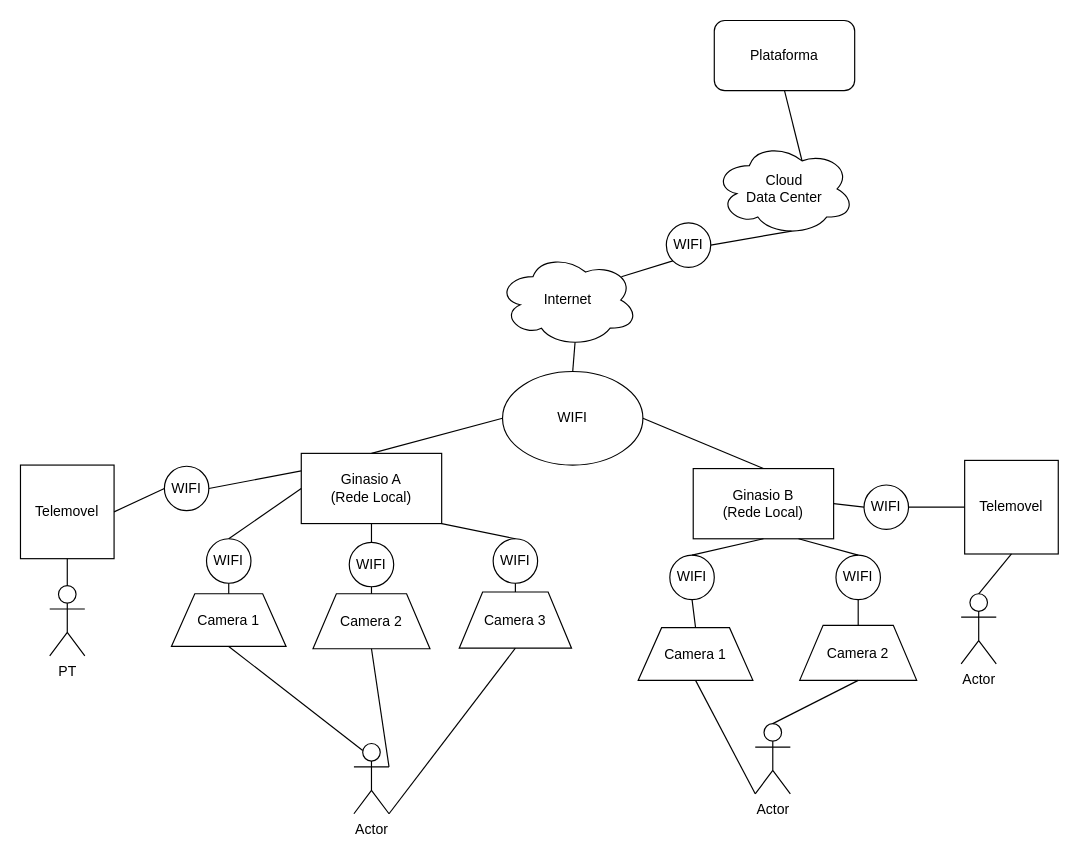
The draw.io diagram page "Diagrama de primeiro nivel" (1 of 2) of Diagrama sem nome.drawio in Martins03/ESS, before the edit. Source tidied: cells renumbered, new cells numbered last; positions are measured from the earlier drawing's top-left corner, leaving out a move shared by most shapes. Both pictures are drawn from the tidied source at 117%, with x=0, y=0 at pixel (20, 20).
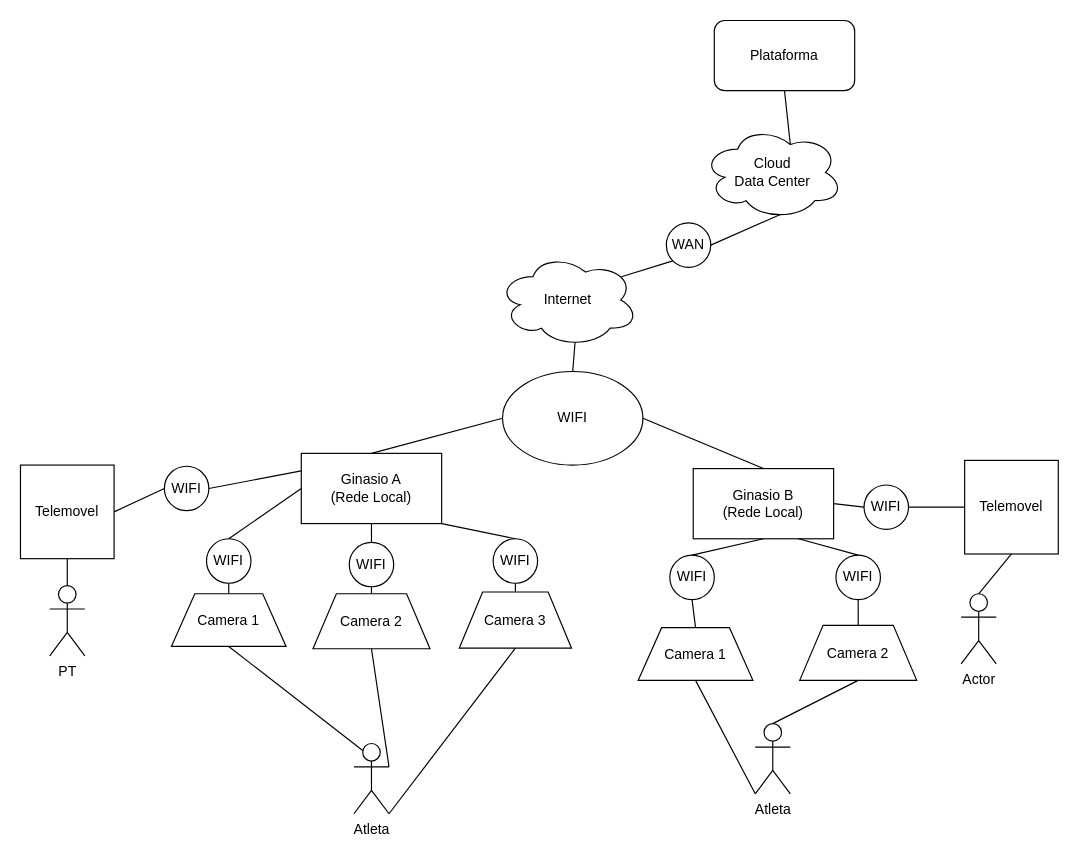
The same page after the edit.

What changed in the source:
```diff
@@
     <mxCell id="10" value="Cloud&lt;div&gt;Data Center&lt;/div&gt;" style="ellipse;shape=cloud;whiteSpace=wrap;html=1;" parent="1" vertex="1">
-      <mxGeometry x="593" y="104" width="120" height="80" as="geometry" />
+      <mxGeometry x="583" y="90" width="120" height="80" as="geometry" />
     </mxCell>
-    <mxCell id="11" value="Actor" style="shape=umlActor;verticalLabelPosition=bottom;verticalAlign=top;html=1;outlineConnect=0;" parent="1" vertex="1">
+    <mxCell id="11" value="Atleta" style="shape=umlActor;verticalLabelPosition=bottom;verticalAlign=top;html=1;outlineConnect=0;" parent="1" vertex="1">
       <mxGeometry x="285" y="618" width="30" height="60" as="geometry" />
     </mxCell>
@@
-    <mxCell id="15" value="Actor" style="shape=umlActor;verticalLabelPosition=bottom;verticalAlign=top;html=1;outlineConnect=0;" parent="1" vertex="1">
+    <mxCell id="15" value="Atleta" style="shape=umlActor;verticalLabelPosition=bottom;verticalAlign=top;html=1;outlineConnect=0;" parent="1" vertex="1">
       <mxGeometry x="628" y="601" width="30" height="60" as="geometry" />
     </mxCell>
@@
-    <mxCell id="51" value="WIFI" style="ellipse;whiteSpace=wrap;html=1;" parent="1" vertex="1">
+    <mxCell id="51" value="WAN" style="ellipse;whiteSpace=wrap;html=1;" parent="1" vertex="1">
       <mxGeometry x="552" y="173" width="38" height="38" as="geometry" />
     </mxCell>
```
